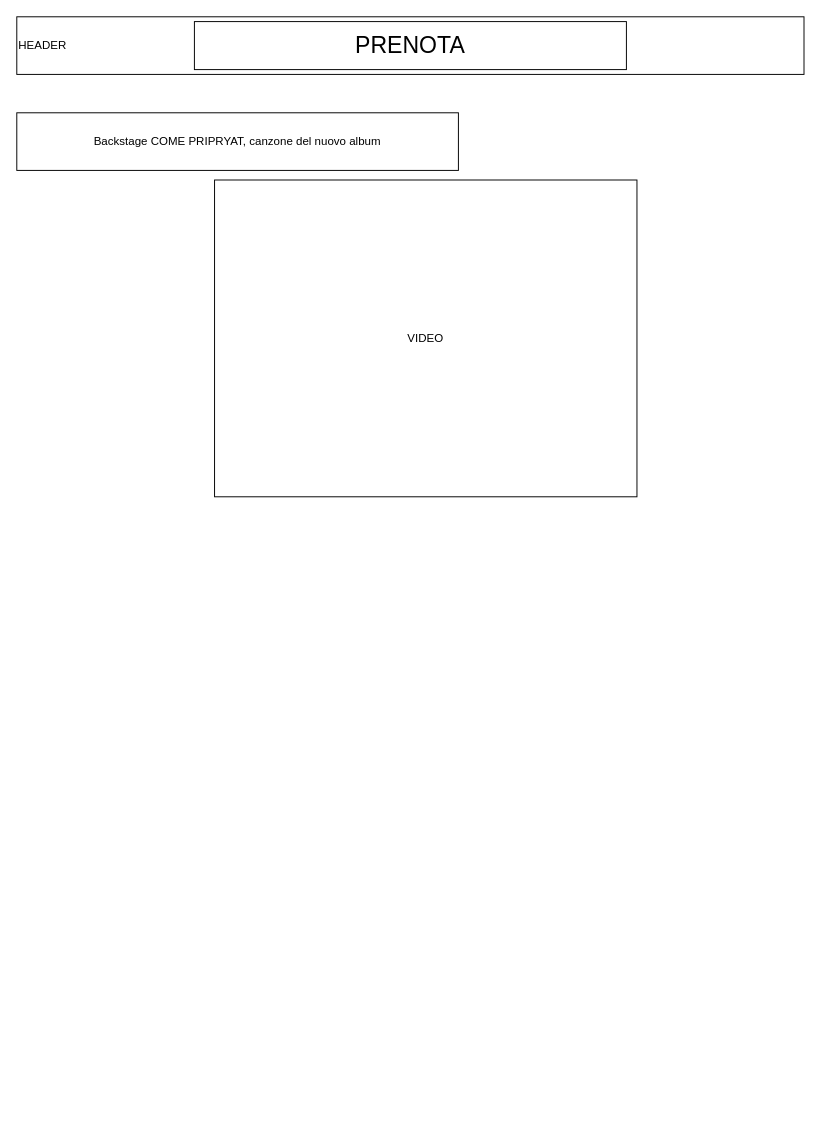
Before: Prenotazione.drawio in GabrieleCoco28/3D-CSS-Cube, a draw.io diagram. Source tidied: cells renumbered, new cells numbered last; positions are measured from the earlier drawing's top-left corner, leaving out a move shared by most shapes. Both pictures are drawn from the tidied source at 96%, with x=0, y=0 at pixel (16, 16).
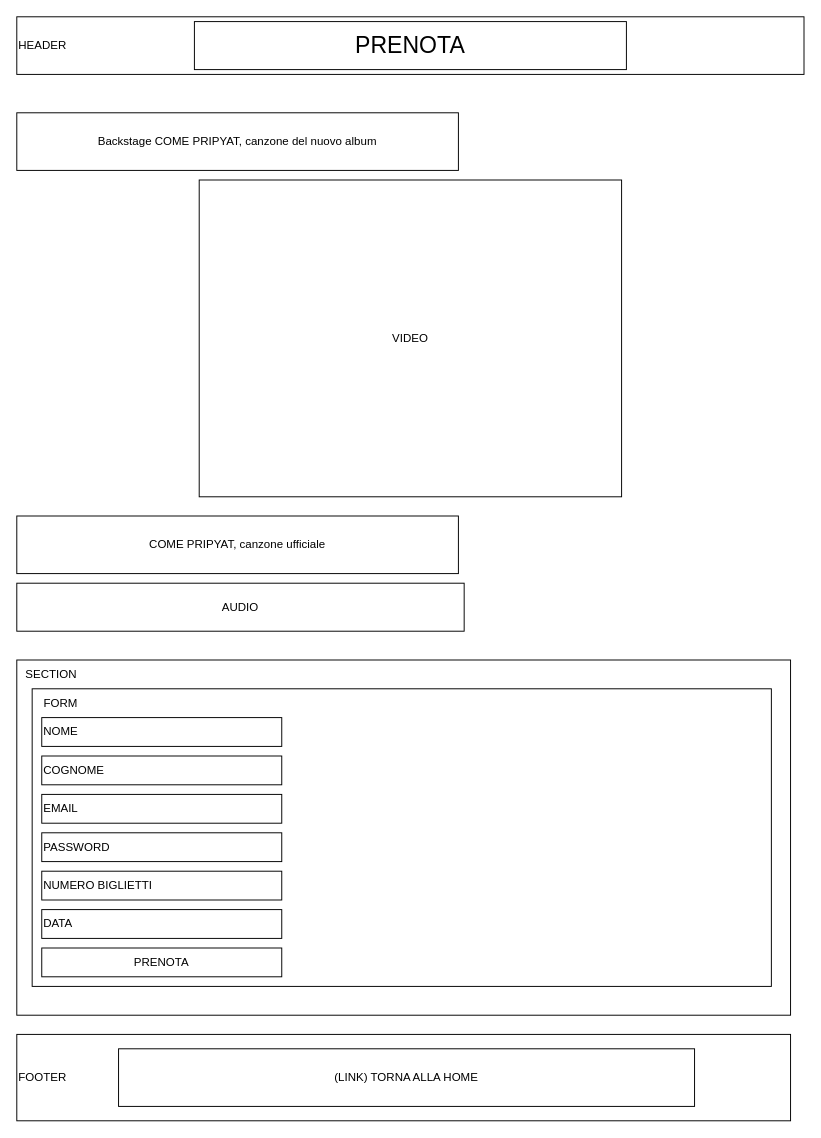
After the change.

The edit, as a diff of the source:
```diff
@@
-    <mxCell id="4" value="Backstage COME PRIPRYAT, canzone del nuovo album" style="rounded=0;whiteSpace=wrap;html=1;" parent="1" vertex="1">
+    <mxCell id="4" value="Backstage COME PRIPYAT, canzone del nuovo album" style="rounded=0;whiteSpace=wrap;html=1;" parent="1" vertex="1">
       <mxGeometry y="100" width="460" height="60" as="geometry" />
     </mxCell>
     <mxCell id="5" value="VIDEO" style="rounded=0;whiteSpace=wrap;html=1;" parent="1" vertex="1">
-      <mxGeometry x="206" y="170" width="440" height="330" as="geometry" />
+      <mxGeometry x="190" y="170" width="440" height="330" as="geometry" />
     </mxCell>
+    <mxCell id="6" value="COME PRIPYAT, canzone ufficiale" style="rounded=0;whiteSpace=wrap;html=1;" parent="1" vertex="1">
+      <mxGeometry y="520" width="460" height="60" as="geometry" />
+    </mxCell>
+    <mxCell id="7" value="AUDIO" style="rounded=0;whiteSpace=wrap;html=1;" parent="1" vertex="1">
+      <mxGeometry y="590" width="466" height="50" as="geometry" />
+    </mxCell>
+    <mxCell id="8" style="rounded=0;whiteSpace=wrap;html=1;" parent="1" vertex="1">
+      <mxGeometry y="670" width="806" height="370" as="geometry" />
+    </mxCell>
+    <mxCell id="9" style="rounded=0;whiteSpace=wrap;html=1;" parent="1" vertex="1">
+      <mxGeometry x="16" y="700" width="770" height="310" as="geometry" />
+    </mxCell>
+    <mxCell id="10" value="SECTION" style="text;html=1;strokeColor=none;fillColor=none;align=center;verticalAlign=middle;whiteSpace=wrap;rounded=0;" parent="1" vertex="1">
+      <mxGeometry x="6" y="670" width="60" height="30" as="geometry" />
+    </mxCell>
+    <mxCell id="11" value="FORM" style="text;html=1;strokeColor=none;fillColor=none;align=center;verticalAlign=middle;whiteSpace=wrap;rounded=0;" parent="1" vertex="1">
+      <mxGeometry x="16" y="700" width="60" height="30" as="geometry" />
+    </mxCell>
+    <mxCell id="12" value="NOME" style="rounded=0;whiteSpace=wrap;html=1;align=left;" parent="1" vertex="1">
+      <mxGeometry x="26" y="730" width="250" height="30" as="geometry" />
+    </mxCell>
+    <mxCell id="13" value="COGNOME" style="rounded=0;whiteSpace=wrap;html=1;align=left;" parent="1" vertex="1">
+      <mxGeometry x="26" y="770" width="250" height="30" as="geometry" />
+    </mxCell>
+    <mxCell id="14" value="EMAIL" style="rounded=0;whiteSpace=wrap;html=1;align=left;" parent="1" vertex="1">
+      <mxGeometry x="26" y="810" width="250" height="30" as="geometry" />
+    </mxCell>
+    <mxCell id="15" value="PASSWORD" style="rounded=0;whiteSpace=wrap;html=1;align=left;" parent="1" vertex="1">
+      <mxGeometry x="26" y="850" width="250" height="30" as="geometry" />
+    </mxCell>
+    <mxCell id="16" value="NUMERO BIGLIETTI" style="rounded=0;whiteSpace=wrap;html=1;align=left;" parent="1" vertex="1">
+      <mxGeometry x="26" y="890" width="250" height="30" as="geometry" />
+    </mxCell>
+    <mxCell id="17" value="DATA&amp;nbsp;" style="rounded=0;whiteSpace=wrap;html=1;align=left;" parent="1" vertex="1">
+      <mxGeometry x="26" y="930" width="250" height="30" as="geometry" />
+    </mxCell>
+    <mxCell id="18" value="PRENOTA" style="rounded=0;whiteSpace=wrap;html=1;align=center;" parent="1" vertex="1">
+      <mxGeometry x="26" y="970" width="250" height="30" as="geometry" />
+    </mxCell>
+    <mxCell id="19" value="FOOTER" style="rounded=0;whiteSpace=wrap;html=1;align=left;" parent="1" vertex="1">
+      <mxGeometry y="1060" width="806" height="90" as="geometry" />
+    </mxCell>
+    <mxCell id="20" value="(LINK) TORNA ALLA HOME" style="rounded=0;whiteSpace=wrap;html=1;" parent="1" vertex="1">
+      <mxGeometry x="106" y="1075" width="600" height="60" as="geometry" />
+    </mxCell>
```
